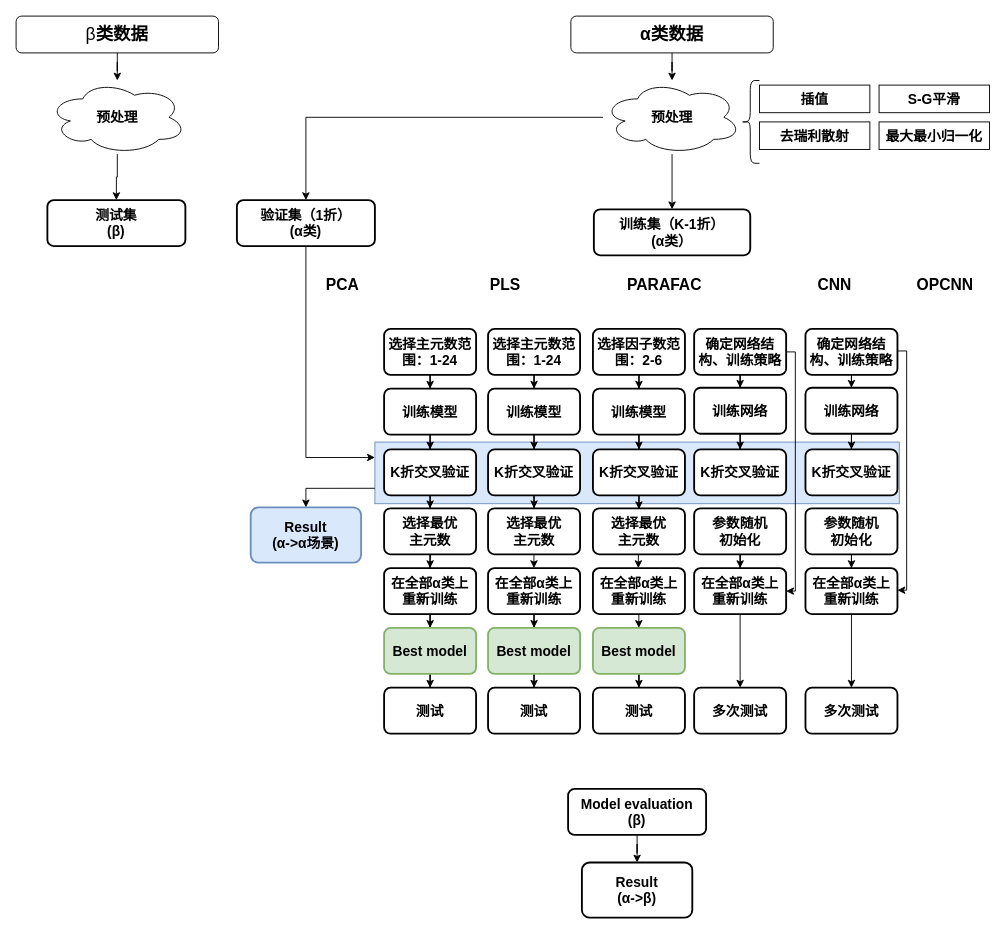
Before: big_paper/第三章.drawio in chbambooshoot/digram, a draw.io diagram. Source tidied: cells renumbered, new cells numbered last; positions are measured from the earlier drawing's top-left corner, leaving out a move shared by most shapes. Both pictures are drawn from the tidied source at 92%, with x=0, y=0 at pixel (16, 16).
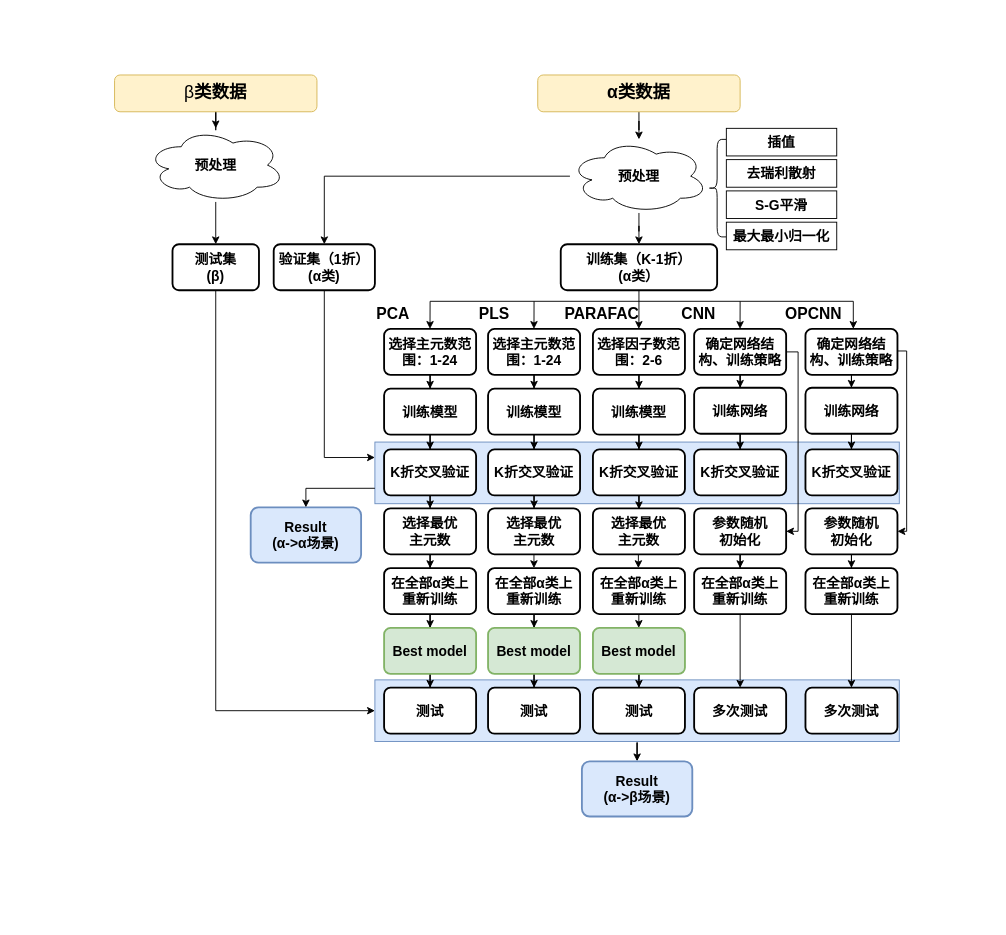
After the change.

Commit message:
更新第三章.drawio

Unchanged cells that the change refers to:
```xml
<mxCell id="64" value="参数随机&lt;br&gt;初始化" style="rounded=1;whiteSpace=wrap;html=1;absoluteArcSize=1;arcSize=14;strokeWidth=2;fontSize=15;fontStyle=1;fontFamily=仿宋;" parent="1" vertex="1">
  <mxGeometry x="737" y="535" width="100" height="50" as="geometry" />
</mxCell>
<mxCell id="66" value="参数随机&lt;br style=&quot;border-color: var(--border-color);&quot;&gt;初始化" style="rounded=1;whiteSpace=wrap;html=1;absoluteArcSize=1;arcSize=14;strokeWidth=2;fontSize=15;fontStyle=1;fontFamily=仿宋;" parent="1" vertex="1">
  <mxGeometry x="858" y="535" width="100" height="50" as="geometry" />
</mxCell>
<mxCell id="71" value="在全部α类上重新训练" style="rounded=1;whiteSpace=wrap;html=1;absoluteArcSize=1;arcSize=14;strokeWidth=2;fontSize=15;fontStyle=1;fontFamily=仿宋;" parent="1" vertex="1">
  <mxGeometry x="737" y="600" width="100" height="50" as="geometry" />
</mxCell>
<mxCell id="86" value="确定网络结构、训练策略" style="rounded=1;whiteSpace=wrap;html=1;absoluteArcSize=1;arcSize=14;strokeWidth=2;fontSize=15;fontStyle=1;fontFamily=仿宋;" parent="1" vertex="1">
  <mxGeometry x="737" y="340" width="100" height="50" as="geometry" />
</mxCell>
```

The edit, as a diff of the source:
```diff
@@
+    <mxCell id="92" style="edgeStyle=orthogonalEdgeStyle;rounded=0;jettySize=auto;html=1;" parent="1" edge="1" source="93" target="25">
+      <mxGeometry relative="1" as="geometry" />
+    </mxCell>
+    <mxCell id="93" style="rounded=0;whiteSpace=wrap;html=1;fillColor=#dae8fc;strokeColor=#6c8ebf;" parent="1" vertex="1">
+      <mxGeometry x="390" y="721.5" width="570" height="67" as="geometry" />
+    </mxCell>
@@
     <mxCell id="3" value="训练集（K-1折）&lt;br style=&quot;font-size: 15px;&quot;&gt;(α类）" style="rounded=1;whiteSpace=wrap;html=1;absoluteArcSize=1;arcSize=14;strokeWidth=2;fontSize=15;fontStyle=1;fontFamily=仿宋;" parent="1" vertex="1">
-      <mxGeometry x="628" y="210" width="170" height="50" as="geometry" />
+      <mxGeometry x="592" y="248" width="170" height="50" as="geometry" />
     </mxCell>
     <mxCell id="4" style="shape=curlyBracket;whiteSpace=wrap;html=1;rounded=1;labelPosition=left;verticalLabelPosition=middle;align=right;verticalAlign=middle;fontSize=15;fontStyle=1;fontFamily=仿宋;" parent="1" vertex="1">
-      <mxGeometry x="788" y="70" width="20" height="90" as="geometry" />
+      <mxGeometry x="752" y="134" width="20" height="106" as="geometry" />
     </mxCell>
     <mxCell id="5" value="插值" style="rounded=0;whiteSpace=wrap;html=1;fontSize=15;fontStyle=1;fontFamily=仿宋;" parent="1" vertex="1">
-      <mxGeometry x="808" y="75" width="120" height="30" as="geometry" />
+      <mxGeometry x="772" y="122" width="120" height="30" as="geometry" />
     </mxCell>
     <mxCell id="6" value="去瑞利散射" style="rounded=0;whiteSpace=wrap;html=1;fontSize=15;fontStyle=1;fontFamily=仿宋;" parent="1" vertex="1">
-      <mxGeometry x="808" y="115" width="120" height="30" as="geometry" />
+      <mxGeometry x="772" y="156" width="120" height="30" as="geometry" />
     </mxCell>
     <mxCell id="7" value="最大最小归一化" style="rounded=0;whiteSpace=wrap;html=1;fontSize=15;fontStyle=1;fontFamily=仿宋;" parent="1" vertex="1">
-      <mxGeometry x="938" y="115" width="120" height="30" as="geometry" />
+      <mxGeometry x="772" y="224" width="120" height="30" as="geometry" />
     </mxCell>
     <mxCell id="8" value="S-G平滑" style="rounded=0;whiteSpace=wrap;html=1;fontSize=15;fontStyle=1;fontFamily=仿宋;" parent="1" vertex="1">
-      <mxGeometry x="938" y="75" width="120" height="30" as="geometry" />
+      <mxGeometry x="772" y="190" width="120" height="30" as="geometry" />
     </mxCell>
@@
-    <mxCell id="20" style="edgeStyle=orthogonalEdgeStyle;rounded=0;jettySize=auto;html=1;fontSize=15;fontStyle=1;fontFamily=仿宋;" parent="1" edge="1" source="21" target="25">
-      <mxGeometry relative="1" as="geometry" />
-    </mxCell>
-    <mxCell id="21" value="Model evaluation&lt;br style=&quot;font-size: 15px;&quot;&gt;(β)" style="rounded=1;whiteSpace=wrap;html=1;absoluteArcSize=1;arcSize=14;strokeWidth=2;fontSize=15;fontStyle=1;fontFamily=仿宋;" parent="1" vertex="1">
-      <mxGeometry x="600" y="840" width="150" height="50" as="geometry" />
-    </mxCell>
@@
     <mxCell id="23" value="验证集（1折）&lt;br style=&quot;font-size: 15px;&quot;&gt;(α类)" style="rounded=1;whiteSpace=wrap;html=1;absoluteArcSize=1;arcSize=14;strokeWidth=2;fontSize=15;fontStyle=1;fontFamily=仿宋;" parent="1" vertex="1">
-      <mxGeometry x="240" y="200" width="150" height="50" as="geometry" />
+      <mxGeometry x="280" y="248" width="110" height="50" as="geometry" />
     </mxCell>
@@
-    <mxCell id="25" value="Result&lt;br style=&quot;font-size: 15px;&quot;&gt;(α-&amp;gt;β)" style="whiteSpace=wrap;html=1;rounded=1;arcSize=14;strokeWidth=2;fontSize=15;fontStyle=1;fontFamily=仿宋;" parent="1" vertex="1">
-      <mxGeometry x="615" y="920" width="120" height="60" as="geometry" />
+    <mxCell id="25" value="Result&lt;br style=&quot;font-size: 15px;&quot;&gt;(α-&amp;gt;β场景)" style="whiteSpace=wrap;html=1;rounded=1;arcSize=14;strokeWidth=2;fontSize=15;fontStyle=1;fontFamily=仿宋;fillColor=#dae8fc;strokeColor=#6c8ebf;" parent="1" vertex="1">
+      <mxGeometry x="615" y="810" width="120" height="60" as="geometry" />
     </mxCell>
     <mxCell id="26" value="&lt;b&gt;&lt;font style=&quot;font-size: 17px;&quot;&gt;PCA&lt;/font&gt;&lt;/b&gt;" style="text;html=1;strokeColor=none;fillColor=none;align=center;verticalAlign=middle;whiteSpace=wrap;rounded=0;fontFamily=仿宋;" parent="1" vertex="1">
-      <mxGeometry x="325" y="278" width="60" height="30" as="geometry" />
+      <mxGeometry x="380" y="310" width="60" height="30" as="geometry" />
     </mxCell>
     <mxCell id="27" value="&lt;span style=&quot;font-size: 17px;&quot;&gt;&lt;b&gt;PLS&lt;br&gt;&lt;/b&gt;&lt;/span&gt;" style="text;html=1;strokeColor=none;fillColor=none;align=center;verticalAlign=middle;whiteSpace=wrap;rounded=0;fontFamily=仿宋;" parent="1" vertex="1">
-      <mxGeometry x="502" y="278" width="60" height="30" as="geometry" />
+      <mxGeometry x="490" y="310" width="60" height="30" as="geometry" />
     </mxCell>
-    <mxCell id="28" value="&lt;span style=&quot;font-size: 17px;&quot;&gt;&lt;b&gt;PARAFAC&lt;br&gt;&lt;/b&gt;&lt;/span&gt;" style="text;html=1;strokeColor=none;fillColor=default;align=center;verticalAlign=middle;whiteSpace=wrap;rounded=0;gradientColor=none;fontFamily=仿宋;" parent="1" vertex="1">
-      <mxGeometry x="675" y="278" width="60" height="30" as="geometry" />
-    </mxCell>
     <mxCell id="29" value="&lt;span style=&quot;font-size: 17px;&quot;&gt;&lt;b&gt;OPCNN&lt;br&gt;&lt;/b&gt;&lt;/span&gt;" style="text;html=1;strokeColor=none;fillColor=none;align=center;verticalAlign=middle;whiteSpace=wrap;rounded=0;fontFamily=仿宋;" parent="1" vertex="1">
-      <mxGeometry x="980" y="278" width="60" height="30" as="geometry" />
+      <mxGeometry x="837" y="310" width="60" height="30" as="geometry" />
     </mxCell>
     <mxCell id="30" value="&lt;span style=&quot;font-size: 17px;&quot;&gt;&lt;b&gt;CNN&lt;br&gt;&lt;/b&gt;&lt;/span&gt;" style="text;html=1;strokeColor=none;fillColor=none;align=center;verticalAlign=middle;whiteSpace=wrap;rounded=0;fontFamily=仿宋;" parent="1" vertex="1">
-      <mxGeometry x="860" y="278" width="60" height="30" as="geometry" />
+      <mxGeometry x="712" y="310" width="60" height="30" as="geometry" />
     </mxCell>
@@
-    <mxCell id="33" value="β&lt;span style=&quot;border-color: var(--border-color); font-weight: 700;&quot;&gt;类数据&lt;/span&gt;" style="rounded=1;whiteSpace=wrap;html=1;fontFamily=仿宋;fontSize=19;" parent="1" vertex="1">
-      <mxGeometry width="220" height="40" as="geometry" />
+    <mxCell id="33" value="β&lt;span style=&quot;border-color: var(--border-color); font-weight: 700;&quot;&gt;类数据&lt;/span&gt;" style="rounded=1;whiteSpace=wrap;html=1;fontFamily=仿宋;fontSize=19;fillColor=#fff2cc;strokeColor=#d6b656;" parent="1" vertex="1">
+      <mxGeometry x="107" y="64" width="220" height="40" as="geometry" />
     </mxCell>
@@
     <mxCell id="35" value="预处理" style="ellipse;shape=cloud;whiteSpace=wrap;html=1;fontSize=15;fontStyle=1;fontFamily=仿宋;" parent="1" vertex="1">
-      <mxGeometry x="35" y="70" width="150" height="80" as="geometry" />
+      <mxGeometry x="142" y="122" width="150" height="80" as="geometry" />
     </mxCell>
@@
-    <mxCell id="37" value="&lt;b style=&quot;border-color: var(--border-color);&quot;&gt;α类数据&lt;/b&gt;" style="rounded=1;whiteSpace=wrap;html=1;fontFamily=仿宋;fontSize=19;fontStyle=1;" parent="1" vertex="1">
-      <mxGeometry x="603" width="220" height="40" as="geometry" />
+    <mxCell id="37" value="&lt;b style=&quot;border-color: var(--border-color);&quot;&gt;α类数据&lt;/b&gt;" style="rounded=1;whiteSpace=wrap;html=1;fontFamily=仿宋;fontSize=19;fontStyle=1;fillColor=#fff2cc;strokeColor=#d6b656;" parent="1" vertex="1">
+      <mxGeometry x="567" y="64" width="220" height="40" as="geometry" />
     </mxCell>
@@
     <mxCell id="40" value="预处理" style="ellipse;shape=cloud;whiteSpace=wrap;html=1;fontSize=15;fontStyle=1;fontFamily=仿宋;" parent="1" vertex="1">
-      <mxGeometry x="638" y="70" width="150" height="80" as="geometry" />
+      <mxGeometry x="602" y="134" width="150" height="80" as="geometry" />
     </mxCell>
+    <mxCell id="94" style="edgeStyle=orthogonalEdgeStyle;rounded=0;jettySize=auto;html=1;entryX=0;entryY=0.5;entryDx=0;entryDy=0;exitX=0.5;exitY=1;exitDx=0;exitDy=0;" parent="1" edge="1" source="41" target="93">
+      <mxGeometry relative="1" as="geometry">
+        <Array as="points">
+          <mxPoint x="217" y="755" />
+        </Array>
+      </mxGeometry>
+    </mxCell>
     <mxCell id="41" value="测试集&lt;br style=&quot;font-size: 15px;&quot;&gt;(β)" style="rounded=1;whiteSpace=wrap;html=1;absoluteArcSize=1;arcSize=14;strokeWidth=2;fontSize=15;fontStyle=1;fontFamily=仿宋;" parent="1" vertex="1">
-      <mxGeometry x="34" y="200" width="150" height="50" as="geometry" />
+      <mxGeometry x="170" y="248" width="94" height="50" as="geometry" />
     </mxCell>
@@
-    <mxCell id="85" style="edgeStyle=orthogonalEdgeStyle;rounded=0;jettySize=auto;html=1;entryX=1;entryY=0.5;entryDx=0;entryDy=0;exitX=1;exitY=0.5;exitDx=0;exitDy=0;" parent="1" edge="1" source="86" target="71">
+    <mxCell id="85" style="edgeStyle=orthogonalEdgeStyle;rounded=0;jettySize=auto;html=1;entryX=1;entryY=0.5;entryDx=0;entryDy=0;exitX=1;exitY=0.5;exitDx=0;exitDy=0;" parent="1" edge="1" source="86" target="64">
       <mxGeometry relative="1" as="geometry">
         <Array as="points">
-          <mxPoint x="847" y="365" />
-          <mxPoint x="847" y="625" />
+          <mxPoint x="850" y="365" />
+          <mxPoint x="850" y="560" />
         </Array>
       </mxGeometry>
     </mxCell>
@@
-    <mxCell id="91" style="edgeStyle=orthogonalEdgeStyle;rounded=0;orthogonalLoop=1;jettySize=auto;html=1;entryX=1;entryY=0.5;entryDx=0;entryDy=0;exitX=1;exitY=0.5;exitDx=0;exitDy=0;" parent="1" edge="1">
+    <mxCell id="91" style="edgeStyle=orthogonalEdgeStyle;rounded=0;jettySize=auto;html=1;entryX=1;entryY=0.5;entryDx=0;entryDy=0;exitX=1;exitY=0.5;exitDx=0;exitDy=0;" parent="1" edge="1" target="66">
       <mxGeometry relative="1" as="geometry">
         <mxPoint x="958" y="364" as="sourcePoint" />
-        <mxPoint x="958" y="624" as="targetPoint" />
         <Array as="points">
           <mxPoint x="968" y="364" />
-          <mxPoint x="968" y="624" />
+          <mxPoint x="968" y="560" />
         </Array>
       </mxGeometry>
     </mxCell>
+    <mxCell id="95" style="endArrow=none;html=1;rounded=0;" parent="1" edge="1">
+      <mxGeometry relative="1" as="geometry">
+        <mxPoint x="450" y="310" as="sourcePoint" />
+        <mxPoint x="910" y="310" as="targetPoint" />
+      </mxGeometry>
+    </mxCell>
+    <mxCell id="96" style="edgeStyle=orthogonalEdgeStyle;rounded=0;orthogonalLoop=1;jettySize=auto;html=1;" parent="1" edge="1">
+      <mxGeometry relative="1" as="geometry">
+        <mxPoint x="450" y="310" as="sourcePoint" />
+        <mxPoint x="449.9" y="340" as="targetPoint" />
+      </mxGeometry>
+    </mxCell>
+    <mxCell id="97" style="edgeStyle=orthogonalEdgeStyle;rounded=0;orthogonalLoop=1;jettySize=auto;html=1;fontSize=15;fontStyle=1;fontFamily=仿宋;" parent="1" edge="1">
+      <mxGeometry relative="1" as="geometry">
+        <mxPoint x="563" y="310" as="sourcePoint" />
+        <mxPoint x="562.9" y="340" as="targetPoint" />
+      </mxGeometry>
+    </mxCell>
+    <mxCell id="98" style="edgeStyle=orthogonalEdgeStyle;rounded=0;orthogonalLoop=1;jettySize=auto;html=1;fontSize=15;fontStyle=1;fontFamily=仿宋;" parent="1" edge="1">
+      <mxGeometry relative="1" as="geometry">
+        <mxPoint x="677" y="320" as="sourcePoint" />
+        <mxPoint x="676.9" y="340" as="targetPoint" />
+      </mxGeometry>
+    </mxCell>
+    <mxCell id="99" style="edgeStyle=orthogonalEdgeStyle;rounded=0;orthogonalLoop=1;jettySize=auto;html=1;fontSize=15;fontStyle=1;fontFamily=仿宋;" parent="1" edge="1">
+      <mxGeometry relative="1" as="geometry">
+        <mxPoint x="787" y="310" as="sourcePoint" />
+        <mxPoint x="786.9" y="340" as="targetPoint" />
+      </mxGeometry>
+    </mxCell>
+    <mxCell id="100" style="edgeStyle=orthogonalEdgeStyle;rounded=0;orthogonalLoop=1;jettySize=auto;html=1;fontSize=15;fontStyle=1;fontFamily=仿宋;" parent="1" edge="1">
+      <mxGeometry relative="1" as="geometry">
+        <mxPoint x="910" y="310" as="sourcePoint" />
+        <mxPoint x="910" y="340" as="targetPoint" />
+      </mxGeometry>
+    </mxCell>
+    <mxCell id="101" style="endArrow=none;html=1;rounded=0;entryX=0.5;entryY=1;entryDx=0;entryDy=0;" parent="1" edge="1" target="3">
+      <mxGeometry relative="1" as="geometry">
+        <mxPoint x="677" y="320" as="sourcePoint" />
+      </mxGeometry>
+    </mxCell>
+    <mxCell id="28" value="&lt;span style=&quot;font-size: 17px;&quot;&gt;&lt;b&gt;PARAFAC&lt;br&gt;&lt;/b&gt;&lt;/span&gt;" style="text;html=1;strokeColor=none;fillColor=default;align=center;verticalAlign=middle;whiteSpace=wrap;rounded=0;gradientColor=none;fontFamily=仿宋;" parent="1" vertex="1">
+      <mxGeometry x="613" y="315" width="48" height="20" as="geometry" />
+    </mxCell>
```
